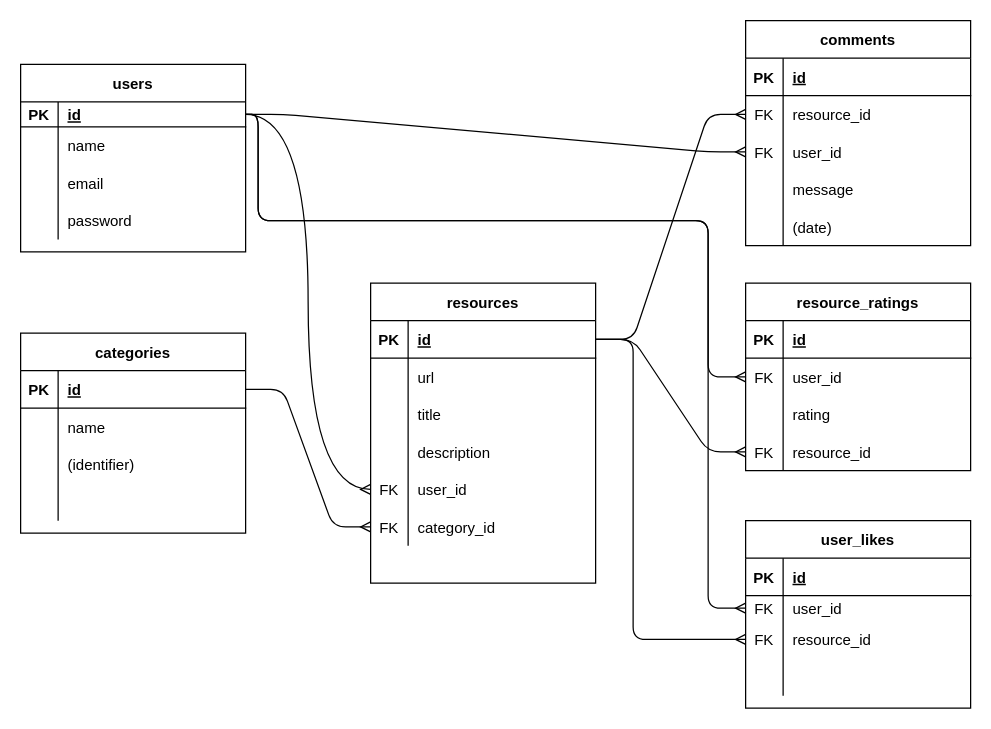
Before: page "Page-2" (2 of 8) of Untitled Diagram.drawio in emtrann/resource-wall, a draw.io diagram. Source tidied: cells renumbered, new cells numbered last; positions are measured from the earlier drawing's top-left corner, leaving out a move shared by most shapes. Both pictures are drawn from the tidied source at 125%, with x=0, y=0 at pixel (20, 20).
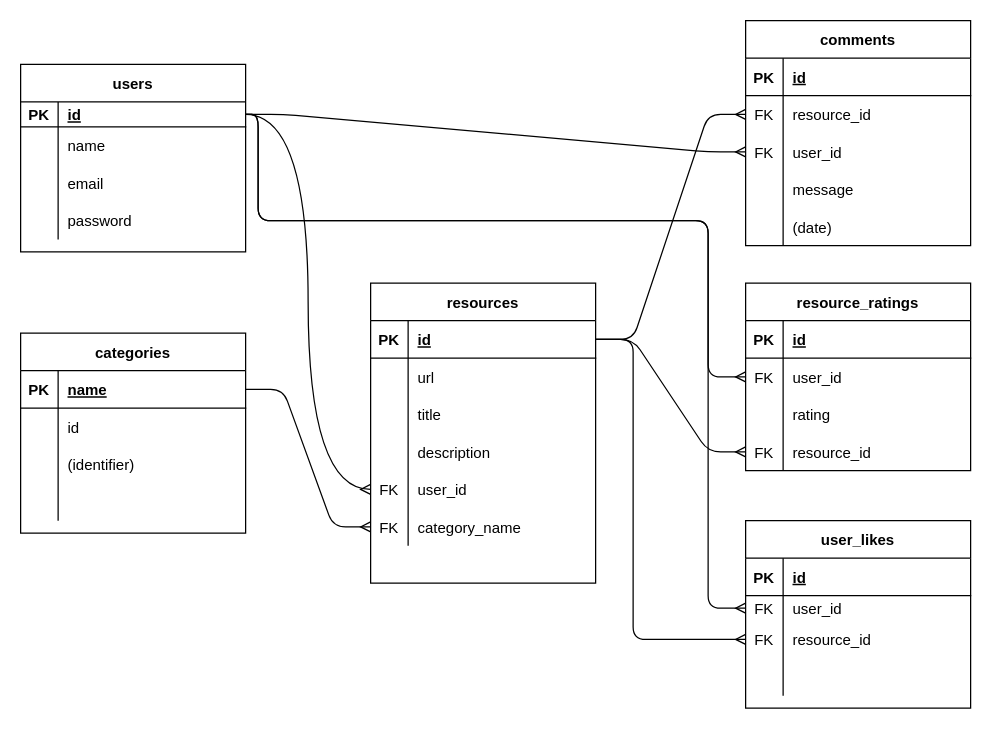
The same diagram, later.

Unchanged cells that the change refers to:
```xml
<mxCell id="21" style="shape=partialRectangle;fillColor=none;top=0;left=0;bottom=1;right=0;points=[[0,0.5],[1,0.5]];portConstraint=eastwest;" parent="20" vertex="1">
  <mxGeometry y="30" width="180" height="30" as="geometry" />
</mxCell>
<mxCell id="24" style="shape=partialRectangle;fillColor=none;top=0;left=0;bottom=0;right=0;" parent="20" vertex="1">
  <mxGeometry y="60" width="180" height="30" as="geometry" />
</mxCell>
<mxCell id="92" style="shape=partialRectangle;fillColor=none;top=0;left=0;bottom=0;right=0;points=[[0,0.5],[1,0.5]];portConstraint=eastwest;" parent="76" vertex="1">
  <mxGeometry y="180" width="180" height="30" as="geometry" />
</mxCell>
```

The edit, as a diff of the source:
```diff
@@
-    <mxCell id="23" value="id" style="shape=partialRectangle;fillColor=none;top=0;left=0;bottom=0;right=0;align=left;spacingLeft=6;fontStyle=5;overflow=hidden;" parent="21" vertex="1">
+    <mxCell id="23" value="name" style="shape=partialRectangle;fillColor=none;top=0;left=0;bottom=0;right=0;align=left;spacingLeft=6;fontStyle=5;overflow=hidden;" parent="21" vertex="1">
       <mxGeometry x="30" width="150" height="30" as="geometry" />
     </mxCell>
@@
-    <mxCell id="26" value="name" style="shape=partialRectangle;fillColor=none;top=0;left=0;bottom=0;right=0;align=left;spacingLeft=6;overflow=hidden;" parent="24" vertex="1">
+    <mxCell id="26" value="id" style="shape=partialRectangle;fillColor=none;top=0;left=0;bottom=0;right=0;align=left;spacingLeft=6;overflow=hidden;" parent="24" vertex="1">
       <mxGeometry x="30" width="150" height="30" as="geometry" />
     </mxCell>
@@
-    <mxCell id="94" value="category_id" style="shape=partialRectangle;fillColor=none;top=0;left=0;bottom=0;right=0;align=left;spacingLeft=6;overflow=hidden;" parent="92" vertex="1">
+    <mxCell id="94" value="category_name" style="shape=partialRectangle;fillColor=none;top=0;left=0;bottom=0;right=0;align=left;spacingLeft=6;overflow=hidden;" parent="92" vertex="1">
       <mxGeometry x="30" width="150" height="30" as="geometry" />
     </mxCell>
```
